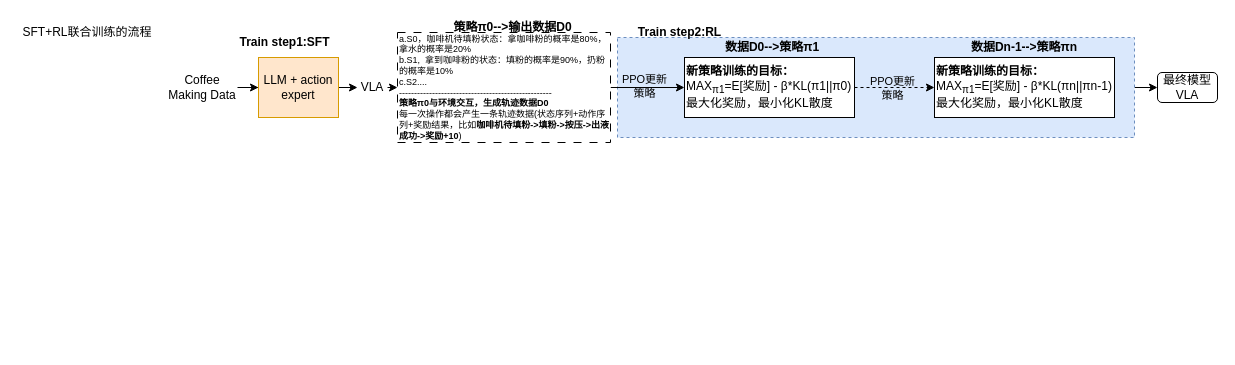
This is LLM/VLA/π*0.6.drawio from mailonghua/drawio, a draw.io file, before an edit. Source tidied: cells renumbered, new cells numbered last; positions are measured from the earlier drawing's top-left corner, leaving out a move shared by most shapes. Both pictures are drawn from the tidied source at 100%, with x=0, y=0 at pixel (17, 17).
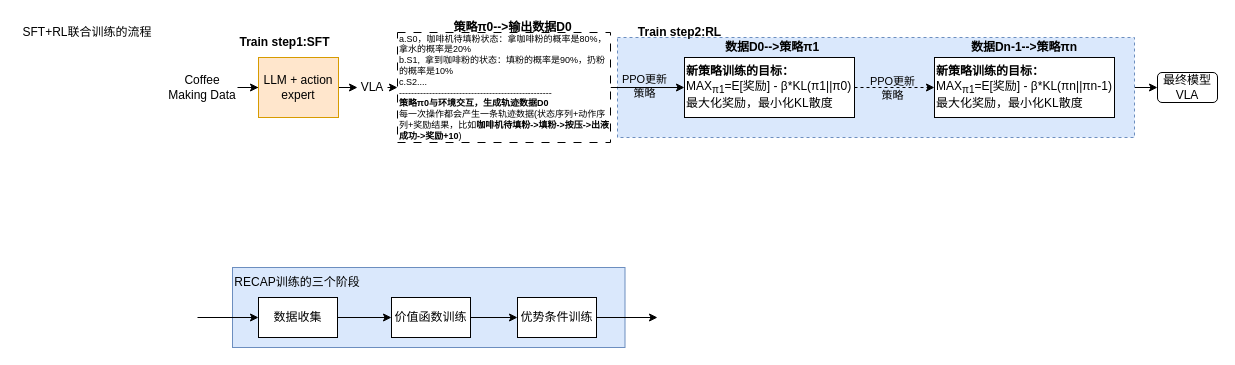
After the change.

What changed in the source:
```diff
@@
+    <mxCell id="24" style="rounded=0;whiteSpace=wrap;html=1;fillColor=#dae8fc;strokeColor=#6c8ebf;" parent="1" vertex="1">
+      <mxGeometry x="215" y="250" width="392.5" height="80" as="geometry" />
+    </mxCell>
@@
+    <mxCell id="25" style="edgeStyle=orthogonalEdgeStyle;rounded=0;jettySize=auto;html=1;" parent="1" edge="1" source="27" target="29">
+      <mxGeometry relative="1" as="geometry" />
+    </mxCell>
+    <mxCell id="26" style="edgeStyle=orthogonalEdgeStyle;rounded=0;jettySize=auto;html=1;exitX=0;exitY=0.5;exitDx=0;exitDy=0;startArrow=classic;startFill=1;endArrow=none;endFill=0;" parent="1" edge="1" source="27">
+      <mxGeometry relative="1" as="geometry">
+        <mxPoint x="180" y="300" as="targetPoint" />
+        <Array as="points">
+          <mxPoint x="180" y="300" />
+        </Array>
+      </mxGeometry>
+    </mxCell>
+    <mxCell id="27" value="数据收集" style="rounded=0;whiteSpace=wrap;html=1;" parent="1" vertex="1">
+      <mxGeometry x="241" y="280" width="79" height="40" as="geometry" />
+    </mxCell>
+    <mxCell id="28" style="edgeStyle=orthogonalEdgeStyle;rounded=0;jettySize=auto;html=1;" parent="1" edge="1" source="29" target="31">
+      <mxGeometry relative="1" as="geometry" />
+    </mxCell>
+    <mxCell id="29" value="价值函数训练" style="rounded=0;whiteSpace=wrap;html=1;" parent="1" vertex="1">
+      <mxGeometry x="374" y="280" width="79" height="40" as="geometry" />
+    </mxCell>
+    <mxCell id="30" style="edgeStyle=orthogonalEdgeStyle;rounded=0;jettySize=auto;html=1;exitX=1;exitY=0.5;exitDx=0;exitDy=0;" parent="1" edge="1" source="31">
+      <mxGeometry relative="1" as="geometry">
+        <mxPoint x="640" y="300" as="targetPoint" />
+        <Array as="points">
+          <mxPoint x="640" y="300" />
+        </Array>
+      </mxGeometry>
+    </mxCell>
+    <mxCell id="31" value="优势条件训练" style="rounded=0;whiteSpace=wrap;html=1;" parent="1" vertex="1">
+      <mxGeometry x="500" y="280" width="79" height="40" as="geometry" />
+    </mxCell>
+    <mxCell id="32" value="RECAP训练的三个阶段" style="text;html=1;whiteSpace=wrap;strokeColor=none;fillColor=none;align=center;verticalAlign=middle;rounded=0;" parent="1" vertex="1">
+      <mxGeometry x="215" y="250" width="130" height="30" as="geometry" />
+    </mxCell>
```
